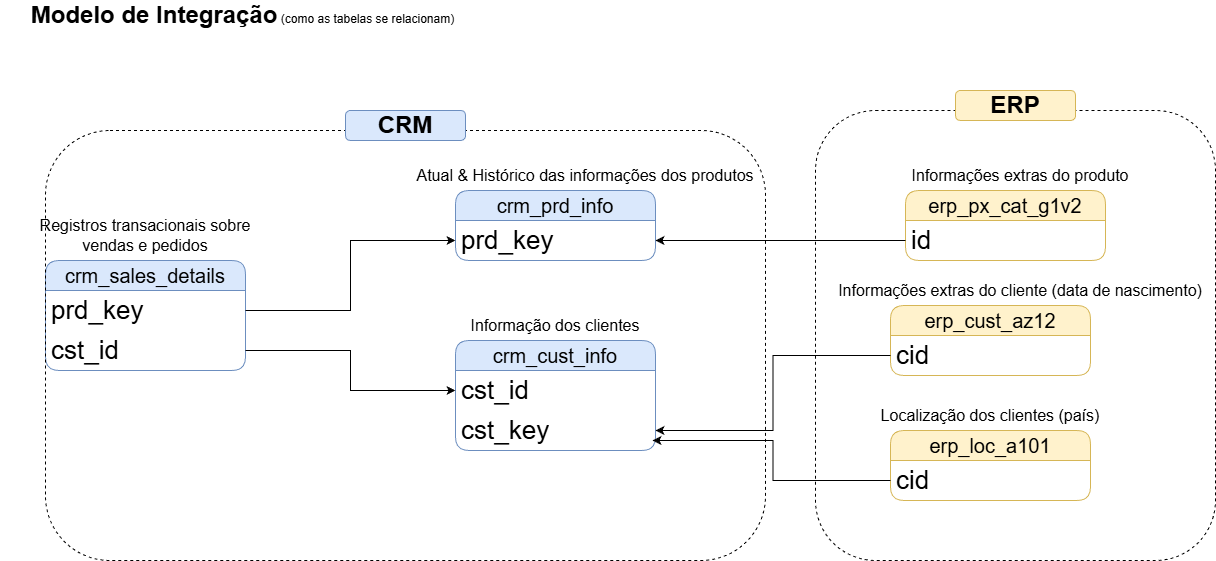
The draw.io diagram docs/data_integration.png in EmidioLP/sql-data-warehouse-project, before a commit. Source tidied: cells renumbered, new cells last; positions are measured from the earlier drawing's top-left corner, leaving out a move shared by most shapes. Source of this version:
```xml
<mxGraphModel>
  <root>
    <mxCell id="0" />
    <mxCell id="1" parent="0" />
    <mxCell id="2" value="&lt;b&gt;&lt;font style=&quot;font-size: 24px;&quot;&gt;Modelo de Integração&lt;/font&gt;&lt;/b&gt; (como as tabelas se relacionam)" style="text;html=1;whiteSpace=wrap;strokeColor=none;fillColor=none;align=center;verticalAlign=middle;rounded=0;" parent="1" vertex="1">
      <mxGeometry width="485" height="30" as="geometry" />
    </mxCell>
    <mxCell id="3" value="&lt;font style=&quot;font-size: 20px;&quot;&gt;crm_cust_info&lt;/font&gt;" style="swimlane;fontStyle=0;horizontal=1;startSize=30;whiteSpace=wrap;html=1;rounded=1;fillColor=#dae8fc;strokeColor=#6c8ebf;" parent="1" vertex="1">
      <mxGeometry x="455" y="340" width="200" height="110" as="geometry" />
    </mxCell>
    <mxCell id="4" value="cst_id" style="text;strokeColor=none;fillColor=none;align=left;verticalAlign=middle;spacingLeft=4;spacingRight=4;overflow=hidden;points=[[0,0.5],[1,0.5]];portConstraint=eastwest;whiteSpace=wrap;html=1;fontSize=26;" parent="3" vertex="1">
      <mxGeometry y="30" width="200" height="40" as="geometry" />
    </mxCell>
    <mxCell id="5" value="cst_key" style="text;strokeColor=none;fillColor=none;align=left;verticalAlign=middle;spacingLeft=4;spacingRight=4;overflow=hidden;points=[[0,0.5],[1,0.5]];portConstraint=eastwest;whiteSpace=wrap;html=1;fontSize=26;" parent="3" vertex="1">
      <mxGeometry y="70" width="200" height="40" as="geometry" />
    </mxCell>
    <mxCell id="6" value="&lt;div&gt;&lt;font style=&quot;font-size: 16px;&quot;&gt;Informação dos clientes&lt;/font&gt;&lt;/div&gt;" style="text;html=1;whiteSpace=wrap;strokeColor=none;fillColor=none;align=center;verticalAlign=middle;rounded=0;" parent="1" vertex="1">
      <mxGeometry x="455" y="310" width="200" height="30" as="geometry" />
    </mxCell>
    <mxCell id="7" value="&lt;font style=&quot;font-size: 20px;&quot;&gt;crm_prd_info&lt;/font&gt;" style="swimlane;fontStyle=0;horizontal=1;startSize=30;whiteSpace=wrap;html=1;rounded=1;fillColor=#dae8fc;strokeColor=#6c8ebf;" parent="1" vertex="1">
      <mxGeometry x="455" y="190" width="200" height="70" as="geometry" />
    </mxCell>
    <mxCell id="8" value="prd_key" style="text;strokeColor=none;fillColor=none;align=left;verticalAlign=middle;spacingLeft=4;spacingRight=4;overflow=hidden;points=[[0,0.5],[1,0.5]];portConstraint=eastwest;whiteSpace=wrap;html=1;fontSize=26;" parent="7" vertex="1">
      <mxGeometry y="30" width="200" height="40" as="geometry" />
    </mxCell>
    <mxCell id="9" value="&lt;div&gt;&lt;font style=&quot;font-size: 16px;&quot;&gt;Atual &amp;amp; Histórico das informações dos produtos&lt;/font&gt;&lt;/div&gt;" style="text;html=1;whiteSpace=wrap;strokeColor=none;fillColor=none;align=center;verticalAlign=middle;rounded=0;" parent="1" vertex="1">
      <mxGeometry x="400" y="160" width="370" height="30" as="geometry" />
    </mxCell>
    <mxCell id="10" value="&lt;font style=&quot;font-size: 20px;&quot;&gt;crm_sales_details&lt;/font&gt;" style="swimlane;fontStyle=0;horizontal=1;startSize=30;whiteSpace=wrap;html=1;rounded=1;fillColor=#dae8fc;strokeColor=#6c8ebf;" parent="1" vertex="1">
      <mxGeometry x="45" y="260" width="200" height="110" as="geometry" />
    </mxCell>
    <mxCell id="11" value="prd_key" style="text;strokeColor=none;fillColor=none;align=left;verticalAlign=middle;spacingLeft=4;spacingRight=4;overflow=hidden;points=[[0,0.5],[1,0.5]];portConstraint=eastwest;whiteSpace=wrap;html=1;fontSize=26;" parent="10" vertex="1">
      <mxGeometry y="30" width="200" height="40" as="geometry" />
    </mxCell>
    <mxCell id="12" value="cst_id" style="text;strokeColor=none;fillColor=none;align=left;verticalAlign=middle;spacingLeft=4;spacingRight=4;overflow=hidden;points=[[0,0.5],[1,0.5]];portConstraint=eastwest;whiteSpace=wrap;html=1;fontSize=26;" parent="10" vertex="1">
      <mxGeometry y="70" width="200" height="40" as="geometry" />
    </mxCell>
    <mxCell id="13" value="&lt;div&gt;&lt;font style=&quot;font-size: 16px;&quot;&gt;Registros transacionais sobre vendas e pedidos&lt;/font&gt;&lt;/div&gt;" style="text;html=1;whiteSpace=wrap;strokeColor=none;fillColor=none;align=center;verticalAlign=middle;rounded=0;" parent="1" vertex="1">
      <mxGeometry x="20" y="220" width="250" height="30" as="geometry" />
    </mxCell>
    <mxCell id="14" style="edgeStyle=orthogonalEdgeStyle;rounded=0;jettySize=auto;html=1;entryX=0;entryY=0.5;entryDx=0;entryDy=0;" parent="1" edge="1" source="12" target="4">
      <mxGeometry relative="1" as="geometry" />
    </mxCell>
    <mxCell id="15" style="edgeStyle=orthogonalEdgeStyle;rounded=0;jettySize=auto;html=1;entryX=0;entryY=0.5;entryDx=0;entryDy=0;" parent="1" edge="1" source="11" target="8">
      <mxGeometry relative="1" as="geometry" />
    </mxCell>
    <mxCell id="16" value="&lt;font style=&quot;font-size: 20px;&quot;&gt;erp_cust_az12&lt;/font&gt;" style="swimlane;fontStyle=0;horizontal=1;startSize=30;whiteSpace=wrap;html=1;rounded=1;fillColor=#fff2cc;strokeColor=#d6b656;" parent="1" vertex="1">
      <mxGeometry x="890" y="305" width="200" height="70" as="geometry" />
    </mxCell>
    <mxCell id="17" value="cid" style="text;strokeColor=none;fillColor=none;align=left;verticalAlign=middle;spacingLeft=4;spacingRight=4;overflow=hidden;points=[[0,0.5],[1,0.5]];portConstraint=eastwest;whiteSpace=wrap;html=1;fontSize=26;" parent="16" vertex="1">
      <mxGeometry y="30" width="200" height="40" as="geometry" />
    </mxCell>
    <mxCell id="18" value="&lt;div&gt;&lt;font style=&quot;font-size: 16px;&quot;&gt;Informações extras do cliente (data de nascimento)&lt;/font&gt;&lt;/div&gt;" style="text;html=1;whiteSpace=wrap;strokeColor=none;fillColor=none;align=center;verticalAlign=middle;rounded=0;" parent="1" vertex="1">
      <mxGeometry x="835" y="275" width="370" height="30" as="geometry" />
    </mxCell>
    <mxCell id="19" style="edgeStyle=orthogonalEdgeStyle;rounded=0;jettySize=auto;html=1;entryX=1;entryY=0.5;entryDx=0;entryDy=0;" parent="1" edge="1" source="17" target="5">
      <mxGeometry relative="1" as="geometry" />
    </mxCell>
    <mxCell id="20" value="&lt;font style=&quot;font-size: 20px;&quot;&gt;erp_loc_a101&lt;/font&gt;" style="swimlane;fontStyle=0;horizontal=1;startSize=30;whiteSpace=wrap;html=1;rounded=1;fillColor=#fff2cc;strokeColor=#d6b656;" parent="1" vertex="1">
      <mxGeometry x="890" y="430" width="200" height="70" as="geometry" />
    </mxCell>
    <mxCell id="21" value="cid" style="text;strokeColor=none;fillColor=none;align=left;verticalAlign=middle;spacingLeft=4;spacingRight=4;overflow=hidden;points=[[0,0.5],[1,0.5]];portConstraint=eastwest;whiteSpace=wrap;html=1;fontSize=26;" parent="20" vertex="1">
      <mxGeometry y="30" width="200" height="40" as="geometry" />
    </mxCell>
    <mxCell id="22" value="&lt;div&gt;&lt;font style=&quot;font-size: 16px;&quot;&gt;Localização dos clientes (país)&lt;/font&gt;&lt;/div&gt;" style="text;html=1;whiteSpace=wrap;strokeColor=none;fillColor=none;align=center;verticalAlign=middle;rounded=0;" parent="1" vertex="1">
      <mxGeometry x="805" y="400" width="370" height="30" as="geometry" />
    </mxCell>
    <mxCell id="23" style="edgeStyle=orthogonalEdgeStyle;rounded=0;jettySize=auto;html=1;entryX=0.985;entryY=0.75;entryDx=0;entryDy=0;entryPerimeter=0;" parent="1" edge="1" source="21" target="5">
      <mxGeometry relative="1" as="geometry" />
    </mxCell>
    <mxCell id="24" value="&lt;font style=&quot;font-size: 20px;&quot;&gt;erp_px_cat_g1v2&lt;/font&gt;" style="swimlane;fontStyle=0;horizontal=1;startSize=30;whiteSpace=wrap;html=1;rounded=1;fillColor=#fff2cc;strokeColor=#d6b656;" parent="1" vertex="1">
      <mxGeometry x="905" y="190" width="200" height="70" as="geometry" />
    </mxCell>
    <mxCell id="25" value="id" style="text;strokeColor=none;fillColor=none;align=left;verticalAlign=middle;spacingLeft=4;spacingRight=4;overflow=hidden;points=[[0,0.5],[1,0.5]];portConstraint=eastwest;whiteSpace=wrap;html=1;fontSize=26;" parent="24" vertex="1">
      <mxGeometry y="30" width="200" height="40" as="geometry" />
    </mxCell>
    <mxCell id="26" style="edgeStyle=orthogonalEdgeStyle;rounded=0;jettySize=auto;html=1;entryX=1;entryY=0.5;entryDx=0;entryDy=0;" parent="1" edge="1" source="25" target="8">
      <mxGeometry relative="1" as="geometry" />
    </mxCell>
    <mxCell id="27" value="&lt;div&gt;&lt;font style=&quot;font-size: 16px;&quot;&gt;Informações extras do produto&lt;/font&gt;&lt;/div&gt;" style="text;html=1;whiteSpace=wrap;strokeColor=none;fillColor=none;align=center;verticalAlign=middle;rounded=0;" parent="1" vertex="1">
      <mxGeometry x="835" y="160" width="370" height="30" as="geometry" />
    </mxCell>
    <mxCell id="28" style="rounded=1;whiteSpace=wrap;html=1;fillColor=none;dashed=1;" parent="1" vertex="1">
      <mxGeometry x="45" y="130" width="720" height="430" as="geometry" />
    </mxCell>
    <mxCell id="29" value="&lt;font style=&quot;font-size: 24px;&quot;&gt;&lt;b&gt;CRM&lt;/b&gt;&lt;/font&gt;" style="rounded=1;whiteSpace=wrap;html=1;fillColor=#dae8fc;strokeColor=#6c8ebf;" parent="1" vertex="1">
      <mxGeometry x="345" y="110" width="120" height="30" as="geometry" />
    </mxCell>
    <mxCell id="30" style="rounded=1;whiteSpace=wrap;html=1;fillColor=none;dashed=1;" parent="1" vertex="1">
      <mxGeometry x="815" y="110" width="400" height="450" as="geometry" />
    </mxCell>
    <mxCell id="31" value="&lt;span style=&quot;font-size: 24px;&quot;&gt;&lt;b&gt;ERP&lt;/b&gt;&lt;/span&gt;" style="rounded=1;whiteSpace=wrap;html=1;fillColor=#fff2cc;strokeColor=#d6b656;" parent="1" vertex="1">
      <mxGeometry x="955" y="90" width="120" height="30" as="geometry" />
    </mxCell>
  </root>
</mxGraphModel>
```
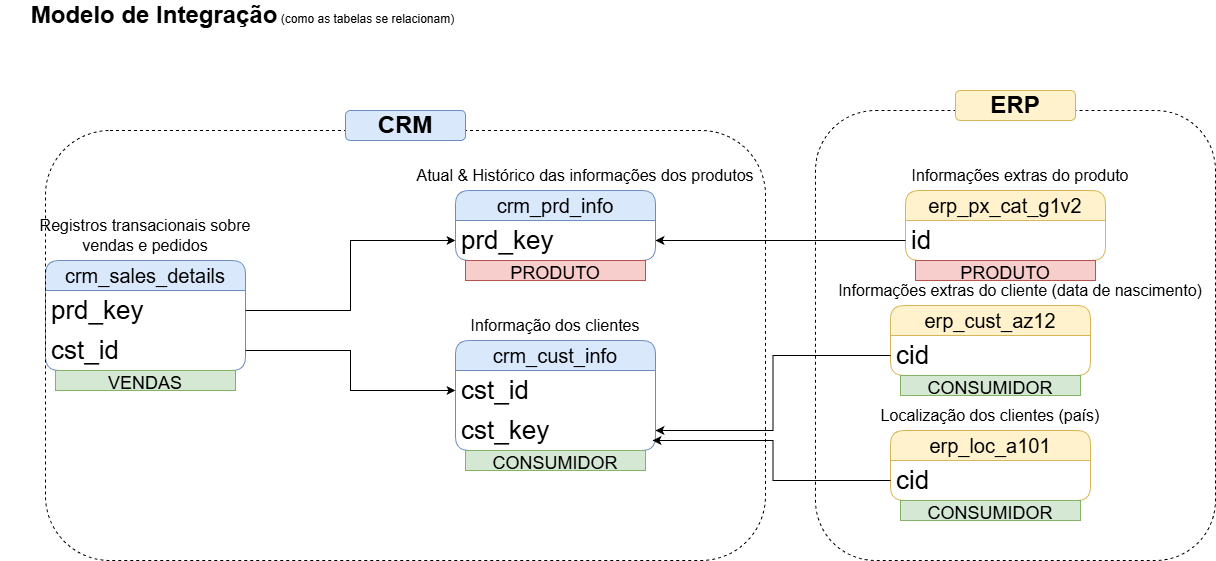
After the commit.

Commit message:
Diagrama de integração atualizado

Change to the diagram source:
```diff
@@ -92,5 +92,23 @@
     <mxCell id="31" value="&lt;span style=&quot;font-size: 24px;&quot;&gt;&lt;b&gt;ERP&lt;/b&gt;&lt;/span&gt;" style="rounded=1;whiteSpace=wrap;html=1;fillColor=#fff2cc;strokeColor=#d6b656;" parent="1" vertex="1">
       <mxGeometry x="955" y="90" width="120" height="30" as="geometry" />
     </mxCell>
+    <mxCell id="32" value="&lt;span style=&quot;font-size: 18px;&quot;&gt;PRODUTO&lt;/span&gt;" style="text;html=1;strokeColor=#b85450;fillColor=#f8cecc;align=center;verticalAlign=middle;whiteSpace=wrap;overflow=hidden;" parent="1" vertex="1">
+      <mxGeometry x="465" y="260" width="180" height="20" as="geometry" />
+    </mxCell>
+    <mxCell id="33" value="&lt;font style=&quot;font-size: 18px;&quot;&gt;PRODUTO&lt;/font&gt;" style="text;html=1;strokeColor=#b85450;fillColor=#f8cecc;align=center;verticalAlign=middle;whiteSpace=wrap;overflow=hidden;" parent="1" vertex="1">
+      <mxGeometry x="915" y="260" width="180" height="20" as="geometry" />
+    </mxCell>
+    <mxCell id="34" value="&lt;font style=&quot;font-size: 18px;&quot;&gt;CONSUMIDOR&lt;/font&gt;" style="text;html=1;strokeColor=#82b366;fillColor=#d5e8d4;align=center;verticalAlign=middle;whiteSpace=wrap;overflow=hidden;" parent="1" vertex="1">
+      <mxGeometry x="465" y="450" width="180" height="20" as="geometry" />
+    </mxCell>
+    <mxCell id="35" value="&lt;font style=&quot;font-size: 18px;&quot;&gt;CONSUMIDOR&lt;/font&gt;" style="text;html=1;strokeColor=#82b366;fillColor=#d5e8d4;align=center;verticalAlign=middle;whiteSpace=wrap;overflow=hidden;" parent="1" vertex="1">
+      <mxGeometry x="900" y="375" width="180" height="20" as="geometry" />
+    </mxCell>
+    <mxCell id="36" value="&lt;font style=&quot;font-size: 18px;&quot;&gt;CONSUMIDOR&lt;/font&gt;" style="text;html=1;strokeColor=#82b366;fillColor=#d5e8d4;align=center;verticalAlign=middle;whiteSpace=wrap;overflow=hidden;" parent="1" vertex="1">
+      <mxGeometry x="900" y="500" width="180" height="20" as="geometry" />
+    </mxCell>
+    <mxCell id="37" value="&lt;span style=&quot;font-size: 18px;&quot;&gt;VENDAS&lt;/span&gt;" style="text;html=1;strokeColor=#82b366;fillColor=#d5e8d4;align=center;verticalAlign=middle;whiteSpace=wrap;overflow=hidden;" parent="1" vertex="1">
+      <mxGeometry x="55" y="370" width="180" height="20" as="geometry" />
+    </mxCell>
   </root>
 </mxGraphModel>
```
